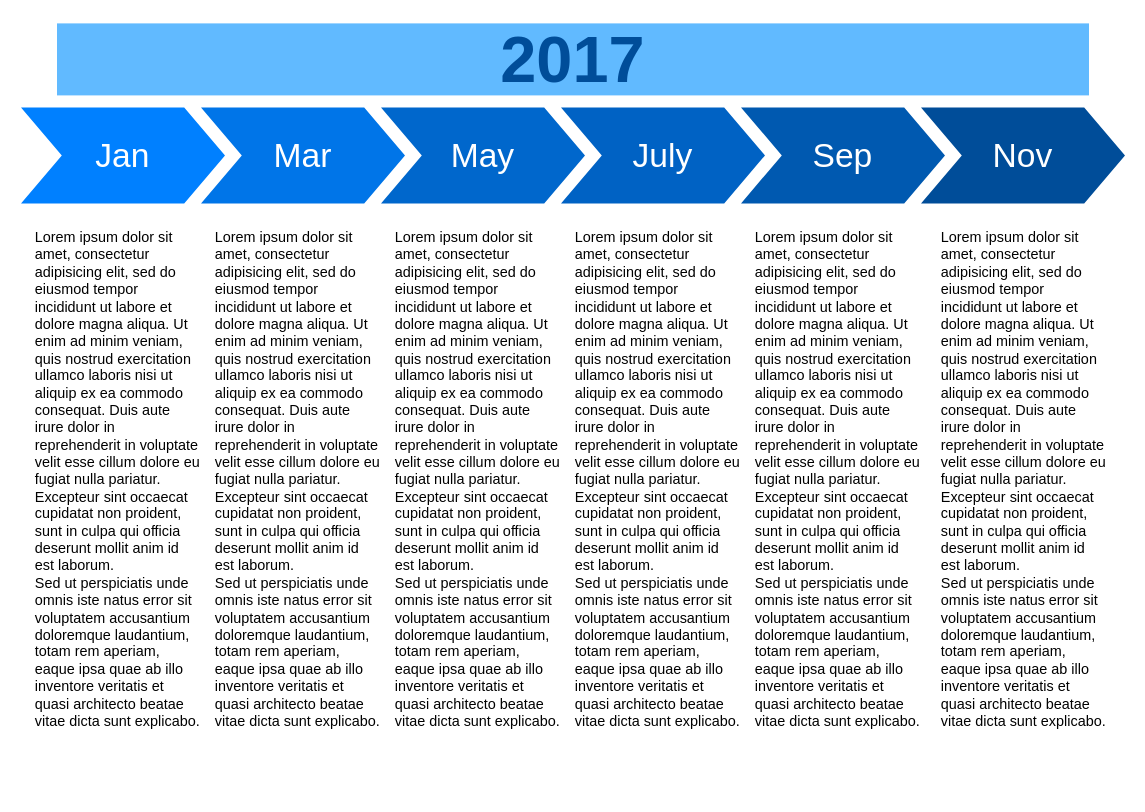
This is test2.drawio from sf-test/org-repo, a draw.io file, before an edit. Source tidied: cells renumbered, new cells numbered last; positions are measured from the earlier drawing's top-left corner, leaving out a move shared by most shapes. Both pictures are drawn from the tidied source at 120%, with x=0, y=0 at pixel (20, 23).
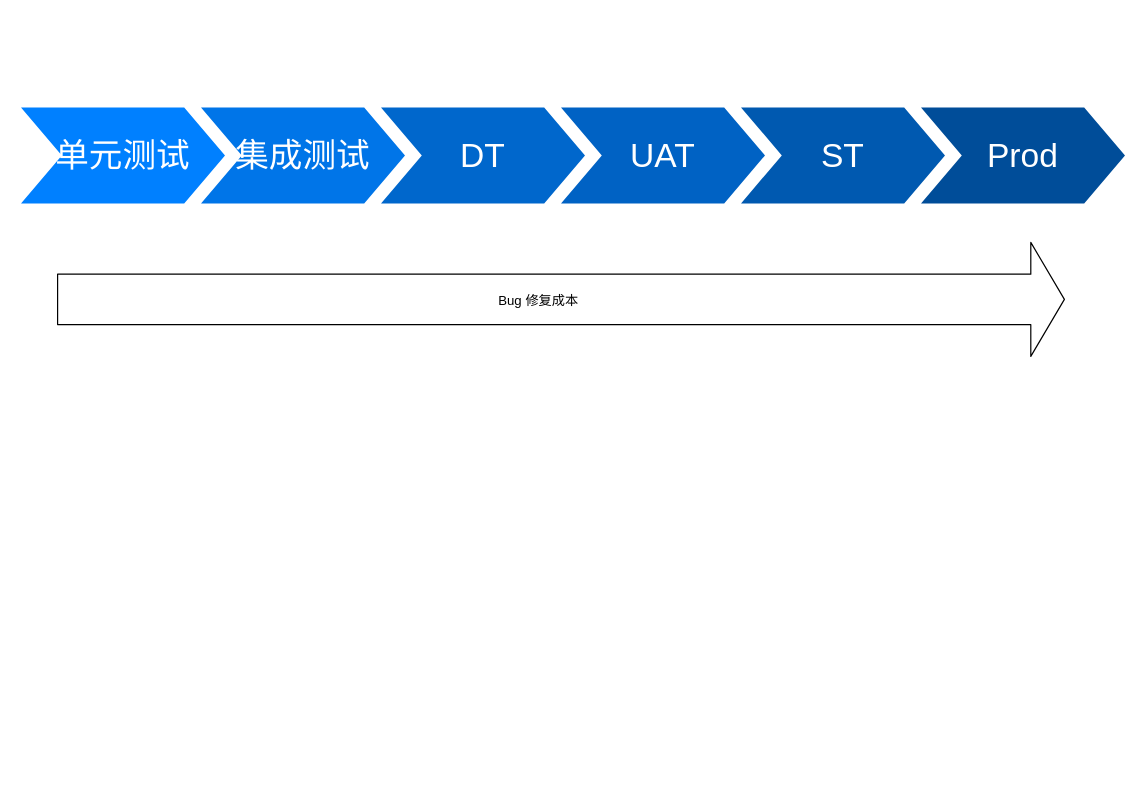
After the change.

Change to the diagram source:
```diff
@@
 <mxGraphModel background="#ffffff">
   <root>
     <mxCell id="0" />
     <mxCell id="1" parent="0" />
-    <mxCell id="2" value="Jan" style="shape=step;whiteSpace=wrap;html=1;fontSize=28;fillColor=#0080FF;fontColor=#FFFFFF;strokeColor=none;" parent="1" vertex="1">
+    <mxCell id="2" value="单元测试" style="shape=step;whiteSpace=wrap;html=1;fontSize=28;fillColor=#0080FF;fontColor=#FFFFFF;strokeColor=none;" parent="1" vertex="1">
       <mxGeometry y="70" width="170" height="80" as="geometry" />
     </mxCell>
-    <mxCell id="3" value="Mar" style="shape=step;whiteSpace=wrap;html=1;fontSize=28;fillColor=#0075E8;fontColor=#FFFFFF;strokeColor=none;" parent="1" vertex="1">
+    <mxCell id="3" value="集成测试" style="shape=step;whiteSpace=wrap;html=1;fontSize=28;fillColor=#0075E8;fontColor=#FFFFFF;strokeColor=none;" parent="1" vertex="1">
       <mxGeometry x="150" y="70" width="170" height="80" as="geometry" />
     </mxCell>
-    <mxCell id="4" value="May" style="shape=step;whiteSpace=wrap;html=1;fontSize=28;fillColor=#0067CC;fontColor=#FFFFFF;strokeColor=none;" parent="1" vertex="1">
+    <mxCell id="4" value="DT" style="shape=step;whiteSpace=wrap;html=1;fontSize=28;fillColor=#0067CC;fontColor=#FFFFFF;strokeColor=none;" parent="1" vertex="1">
       <mxGeometry x="300" y="70" width="170" height="80" as="geometry" />
     </mxCell>
-    <mxCell id="5" value="July" style="shape=step;whiteSpace=wrap;html=1;fontSize=28;fillColor=#0062C4;fontColor=#FFFFFF;strokeColor=none;" parent="1" vertex="1">
+    <mxCell id="5" value="UAT" style="shape=step;whiteSpace=wrap;html=1;fontSize=28;fillColor=#0062C4;fontColor=#FFFFFF;strokeColor=none;" parent="1" vertex="1">
       <mxGeometry x="450" y="70" width="170" height="80" as="geometry" />
     </mxCell>
-    <mxCell id="6" value="Sep" style="shape=step;whiteSpace=wrap;html=1;fontSize=28;fillColor=#0059B0;fontColor=#FFFFFF;strokeColor=none;" parent="1" vertex="1">
+    <mxCell id="6" value="ST" style="shape=step;whiteSpace=wrap;html=1;fontSize=28;fillColor=#0059B0;fontColor=#FFFFFF;strokeColor=none;" parent="1" vertex="1">
       <mxGeometry x="600" y="70" width="170" height="80" as="geometry" />
     </mxCell>
-    <mxCell id="7" value="Nov" style="shape=step;whiteSpace=wrap;html=1;fontSize=28;fillColor=#004D99;fontColor=#FFFFFF;strokeColor=none;" parent="1" vertex="1">
+    <mxCell id="7" value="Prod" style="shape=step;whiteSpace=wrap;html=1;fontSize=28;fillColor=#004D99;fontColor=#FFFFFF;strokeColor=none;" parent="1" vertex="1">
       <mxGeometry x="750" y="70" width="170" height="80" as="geometry" />
     </mxCell>
-    <mxCell id="8" value="2017" style="text;html=1;strokeColor=none;fillColor=#61BAFF;align=center;verticalAlign=middle;whiteSpace=wrap;fontSize=54;fontStyle=1;fontColor=#004D99;" parent="1" vertex="1">
-      <mxGeometry x="30" width="860" height="60" as="geometry" />
-    </mxCell>
-    <mxCell id="9" value="Lorem ipsum dolor sit amet, consectetur adipisicing elit, sed do eiusmod tempor incididunt ut labore et dolore magna aliqua. Ut enim ad minim veniam, quis nostrud exercitation ullamco laboris nisi ut aliquip ex ea commodo consequat. Duis aute irure dolor in reprehenderit in voluptate velit esse cillum dolore eu fugiat nulla pariatur. Excepteur sint occaecat cupidatat non proident, sunt in culpa qui officia deserunt mollit anim id est laborum.&lt;br&gt;Sed ut perspiciatis unde omnis iste natus error sit voluptatem accusantium doloremque laudantium, totam rem aperiam, eaque ipsa quae ab illo inventore veritatis et quasi architecto beatae vitae dicta sunt explicabo." style="text;spacingTop=-5;fillColor=#ffffff;whiteSpace=wrap;html=1;align=left;fontSize=12;fontFamily=Helvetica;fillColor=none;strokeColor=none;" parent="1" vertex="1">
-      <mxGeometry x="10" y="170" width="140" height="470" as="geometry" />
-    </mxCell>
-    <mxCell id="10" value="Lorem ipsum dolor sit amet, consectetur adipisicing elit, sed do eiusmod tempor incididunt ut labore et dolore magna aliqua. Ut enim ad minim veniam, quis nostrud exercitation ullamco laboris nisi ut aliquip ex ea commodo consequat. Duis aute irure dolor in reprehenderit in voluptate velit esse cillum dolore eu fugiat nulla pariatur. Excepteur sint occaecat cupidatat non proident, sunt in culpa qui officia deserunt mollit anim id est laborum.&lt;br&gt;Sed ut perspiciatis unde omnis iste natus error sit voluptatem accusantium doloremque laudantium, totam rem aperiam, eaque ipsa quae ab illo inventore veritatis et quasi architecto beatae vitae dicta sunt explicabo." style="text;spacingTop=-5;fillColor=#ffffff;whiteSpace=wrap;html=1;align=left;fontSize=12;fontFamily=Helvetica;fillColor=none;strokeColor=none;" parent="1" vertex="1">
-      <mxGeometry x="160" y="170" width="140" height="470" as="geometry" />
-    </mxCell>
-    <mxCell id="11" value="Lorem ipsum dolor sit amet, consectetur adipisicing elit, sed do eiusmod tempor incididunt ut labore et dolore magna aliqua. Ut enim ad minim veniam, quis nostrud exercitation ullamco laboris nisi ut aliquip ex ea commodo consequat. Duis aute irure dolor in reprehenderit in voluptate velit esse cillum dolore eu fugiat nulla pariatur. Excepteur sint occaecat cupidatat non proident, sunt in culpa qui officia deserunt mollit anim id est laborum.&lt;br&gt;Sed ut perspiciatis unde omnis iste natus error sit voluptatem accusantium doloremque laudantium, totam rem aperiam, eaque ipsa quae ab illo inventore veritatis et quasi architecto beatae vitae dicta sunt explicabo." style="text;spacingTop=-5;fillColor=#ffffff;whiteSpace=wrap;html=1;align=left;fontSize=12;fontFamily=Helvetica;fillColor=none;strokeColor=none;" parent="1" vertex="1">
-      <mxGeometry x="310" y="170" width="140" height="470" as="geometry" />
-    </mxCell>
-    <mxCell id="12" value="Lorem ipsum dolor sit amet, consectetur adipisicing elit, sed do eiusmod tempor incididunt ut labore et dolore magna aliqua. Ut enim ad minim veniam, quis nostrud exercitation ullamco laboris nisi ut aliquip ex ea commodo consequat. Duis aute irure dolor in reprehenderit in voluptate velit esse cillum dolore eu fugiat nulla pariatur. Excepteur sint occaecat cupidatat non proident, sunt in culpa qui officia deserunt mollit anim id est laborum.&lt;br&gt;Sed ut perspiciatis unde omnis iste natus error sit voluptatem accusantium doloremque laudantium, totam rem aperiam, eaque ipsa quae ab illo inventore veritatis et quasi architecto beatae vitae dicta sunt explicabo." style="text;spacingTop=-5;fillColor=#ffffff;whiteSpace=wrap;html=1;align=left;fontSize=12;fontFamily=Helvetica;fillColor=none;strokeColor=none;" parent="1" vertex="1">
-      <mxGeometry x="460" y="170" width="140" height="470" as="geometry" />
-    </mxCell>
-    <mxCell id="13" value="Lorem ipsum dolor sit amet, consectetur adipisicing elit, sed do eiusmod tempor incididunt ut labore et dolore magna aliqua. Ut enim ad minim veniam, quis nostrud exercitation ullamco laboris nisi ut aliquip ex ea commodo consequat. Duis aute irure dolor in reprehenderit in voluptate velit esse cillum dolore eu fugiat nulla pariatur. Excepteur sint occaecat cupidatat non proident, sunt in culpa qui officia deserunt mollit anim id est laborum.&lt;br&gt;Sed ut perspiciatis unde omnis iste natus error sit voluptatem accusantium doloremque laudantium, totam rem aperiam, eaque ipsa quae ab illo inventore veritatis et quasi architecto beatae vitae dicta sunt explicabo." style="text;spacingTop=-5;fillColor=#ffffff;whiteSpace=wrap;html=1;align=left;fontSize=12;fontFamily=Helvetica;fillColor=none;strokeColor=none;" parent="1" vertex="1">
-      <mxGeometry x="610" y="170" width="140" height="470" as="geometry" />
-    </mxCell>
-    <mxCell id="14" value="Lorem ipsum dolor sit amet, consectetur adipisicing elit, sed do eiusmod tempor incididunt ut labore et dolore magna aliqua. Ut enim ad minim veniam, quis nostrud exercitation ullamco laboris nisi ut aliquip ex ea commodo consequat. Duis aute irure dolor in reprehenderit in voluptate velit esse cillum dolore eu fugiat nulla pariatur. Excepteur sint occaecat cupidatat non proident, sunt in culpa qui officia deserunt mollit anim id est laborum.&lt;br&gt;Sed ut perspiciatis unde omnis iste natus error sit voluptatem accusantium doloremque laudantium, totam rem aperiam, eaque ipsa quae ab illo inventore veritatis et quasi architecto beatae vitae dicta sunt explicabo." style="text;spacingTop=-5;fillColor=#ffffff;whiteSpace=wrap;html=1;align=left;fontSize=12;fontFamily=Helvetica;fillColor=none;strokeColor=none;" parent="1" vertex="1">
-      <mxGeometry x="765" y="170" width="140" height="470" as="geometry" />
-    </mxCell>
+    <mxCell id="15" style="shape=flexArrow;endArrow=classic;html=1;width=42;endSize=9;endWidth=52;" parent="1" edge="1">
+      <mxGeometry relative="1" as="geometry">
+        <mxPoint x="30" y="230" as="sourcePoint" />
+        <mxPoint x="870" y="230" as="targetPoint" />
+      </mxGeometry>
+    </mxCell>
+    <mxCell id="16" value="Bug 修复成本" style="edgeLabel;html=1;align=center;verticalAlign=middle;" parent="15" vertex="1">
+      <mxGeometry x="-0.04" y="-1" relative="1" as="geometry">
+        <mxPoint x="-3" y="-1" as="offset" />
+      </mxGeometry>
+    </mxCell>
   </root>
 </mxGraphModel>
```
